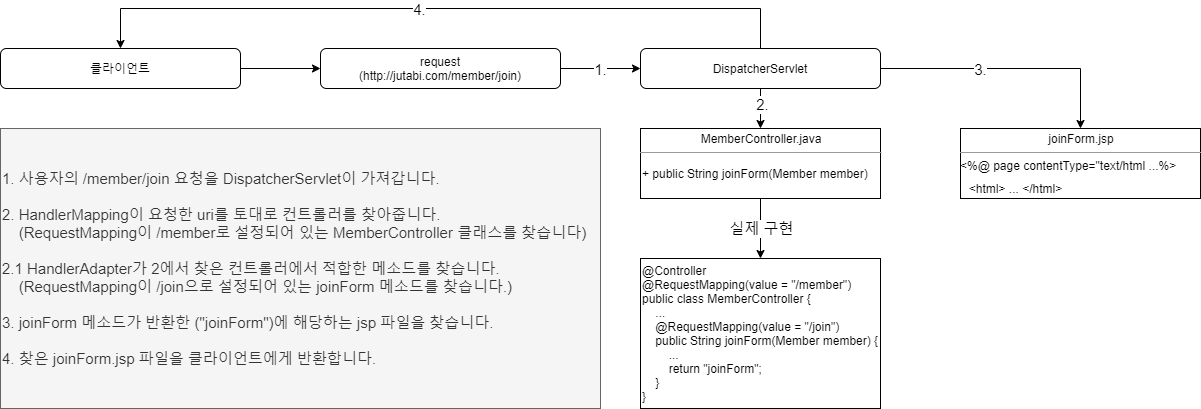
jutabi/Development-Knowledge keeps this draw.io diagram as resources/img/Spring_ex.png. Above is the earlier version. Source tidied: cells renumbered, new cells last; positions are measured from the earlier drawing's top-left corner, leaving out a move shared by most shapes. Its diagram source:
```xml
<mxGraphModel>
  <root>
    <mxCell id="0" />
    <mxCell id="1" parent="0" />
    <mxCell id="2" style="edgeStyle=orthogonalEdgeStyle;rounded=0;jettySize=auto;html=1;exitX=1;exitY=0.5;exitDx=0;exitDy=0;entryX=0;entryY=0.5;entryDx=0;entryDy=0;" parent="1" edge="1" source="4" target="11">
      <mxGeometry relative="1" as="geometry" />
    </mxCell>
    <mxCell id="3" value="&lt;font style=&quot;font-size: 15px&quot;&gt;&lt;font style=&quot;font-size: 15px&quot;&gt;1&lt;/font&gt;.&lt;/font&gt;" style="edgeLabel;html=1;align=center;verticalAlign=middle;" parent="2" vertex="1">
      <mxGeometry x="-0.33" y="-1" relative="1" as="geometry">
        <mxPoint x="12.9" y="-1" as="offset" />
      </mxGeometry>
    </mxCell>
    <mxCell id="4" value="request&lt;br&gt;(http://jutabi.com/member/join)" style="rounded=1;whiteSpace=wrap;html=1;" parent="1" vertex="1">
      <mxGeometry x="320" y="40" width="240" height="40" as="geometry" />
    </mxCell>
    <mxCell id="5" style="edgeStyle=orthogonalEdgeStyle;rounded=0;jettySize=auto;html=1;exitX=0.5;exitY=1;exitDx=0;exitDy=0;" parent="1" edge="1" source="11" target="14">
      <mxGeometry relative="1" as="geometry" />
    </mxCell>
    <mxCell id="6" value="&lt;font style=&quot;font-size: 15px&quot;&gt;2.&lt;/font&gt;" style="edgeLabel;html=1;align=center;verticalAlign=middle;" parent="5" vertex="1">
      <mxGeometry x="-0.25" y="1" relative="1" as="geometry" />
    </mxCell>
    <mxCell id="7" style="edgeStyle=orthogonalEdgeStyle;rounded=0;jettySize=auto;html=1;exitX=1;exitY=0.5;exitDx=0;exitDy=0;" parent="1" edge="1" source="11" target="17">
      <mxGeometry relative="1" as="geometry" />
    </mxCell>
    <mxCell id="8" value="&lt;font style=&quot;font-size: 15px&quot;&gt;3.&lt;/font&gt;" style="edgeLabel;html=1;align=center;verticalAlign=middle;" parent="7" vertex="1">
      <mxGeometry x="-0.34" y="-1" relative="1" as="geometry">
        <mxPoint x="13.8" y="-1" as="offset" />
      </mxGeometry>
    </mxCell>
    <mxCell id="9" style="edgeStyle=orthogonalEdgeStyle;rounded=0;jettySize=auto;html=1;exitX=0.5;exitY=0;exitDx=0;exitDy=0;entryX=0.5;entryY=0;entryDx=0;entryDy=0;" parent="1" edge="1" source="11" target="20">
      <mxGeometry relative="1" as="geometry">
        <Array as="points">
          <mxPoint x="760" />
          <mxPoint x="120" />
        </Array>
      </mxGeometry>
    </mxCell>
    <mxCell id="10" value="&lt;font style=&quot;font-size: 15px&quot;&gt;4.&lt;/font&gt;" style="edgeLabel;html=1;align=center;verticalAlign=middle;" parent="9" vertex="1">
      <mxGeometry x="0.06" relative="1" as="geometry" />
    </mxCell>
    <mxCell id="11" value="DispatcherServlet" style="rounded=1;whiteSpace=wrap;html=1;" parent="1" vertex="1">
      <mxGeometry x="640" y="40" width="240" height="40" as="geometry" />
    </mxCell>
    <mxCell id="12" style="edgeStyle=orthogonalEdgeStyle;rounded=0;jettySize=auto;html=1;exitX=0.5;exitY=1;exitDx=0;exitDy=0;" parent="1" edge="1" source="14" target="16">
      <mxGeometry relative="1" as="geometry" />
    </mxCell>
    <mxCell id="13" value="&lt;font style=&quot;font-size: 15px&quot;&gt;실제 구현&lt;/font&gt;" style="edgeLabel;html=1;align=center;verticalAlign=middle;" parent="12" vertex="1">
      <mxGeometry x="-0.36" relative="1" as="geometry">
        <mxPoint y="10.8" as="offset" />
      </mxGeometry>
    </mxCell>
    <mxCell id="14" value="&lt;p style=&quot;margin: 0px ; margin-top: 4px ; text-align: center&quot;&gt;&lt;span&gt;MemberController.java&lt;/span&gt;&lt;br&gt;&lt;/p&gt;&lt;hr size=&quot;1&quot;&gt;&lt;div style=&quot;height: 2px&quot;&gt;&lt;/div&gt;" style="verticalAlign=top;align=left;overflow=fill;fontSize=12;fontFamily=Helvetica;html=1;" parent="1" vertex="1">
      <mxGeometry x="640" y="120" width="240" height="70" as="geometry" />
    </mxCell>
    <mxCell id="15" value="+ public String joinForm(Member member)" style="text;html=1;align=left;verticalAlign=middle;" parent="1" vertex="1">
      <mxGeometry x="640" y="155" width="240" height="20" as="geometry" />
    </mxCell>
    <mxCell id="16" value="@Controller&lt;br&gt;@RequestMapping(value = &quot;/member&quot;)&lt;br&gt;public class MemberController {&lt;br&gt;&amp;nbsp; &amp;nbsp; ...&lt;br&gt;&amp;nbsp; &amp;nbsp; @RequestMapping(value = &quot;/join&quot;)&lt;br&gt;&amp;nbsp; &amp;nbsp; public String joinForm(Member member) { &lt;br&gt;&amp;nbsp; &amp;nbsp; &amp;nbsp; &amp;nbsp; ...&lt;br&gt;&amp;nbsp; &amp;nbsp; &amp;nbsp; &amp;nbsp; return &quot;joinForm&quot;; &lt;br&gt;&amp;nbsp; &amp;nbsp; }&lt;br&gt;}" style="html=1;align=left;" parent="1" vertex="1">
      <mxGeometry x="640" y="250" width="240" height="150" as="geometry" />
    </mxCell>
    <mxCell id="17" value="&lt;p style=&quot;margin: 0px ; margin-top: 4px ; text-align: center&quot;&gt;joinForm.jsp&lt;/p&gt;&lt;hr size=&quot;1&quot;&gt;&lt;div style=&quot;height: 2px&quot;&gt;&amp;lt;%@ page contentType=&quot;text/html ...%&amp;gt;&lt;/div&gt;" style="verticalAlign=top;align=left;overflow=fill;fontSize=12;fontFamily=Helvetica;html=1;" parent="1" vertex="1">
      <mxGeometry x="960" y="120" width="240" height="70" as="geometry" />
    </mxCell>
    <mxCell id="18" value="&amp;lt;html&amp;gt; ... &amp;lt;/html&amp;gt;" style="text;html=1;align=center;verticalAlign=middle;" parent="1" vertex="1">
      <mxGeometry x="960" y="170" width="110" height="20" as="geometry" />
    </mxCell>
    <mxCell id="19" style="edgeStyle=orthogonalEdgeStyle;rounded=0;jettySize=auto;html=1;" parent="1" edge="1" source="20" target="4">
      <mxGeometry relative="1" as="geometry" />
    </mxCell>
    <mxCell id="20" value="클라이언트" style="rounded=1;whiteSpace=wrap;html=1;" parent="1" vertex="1">
      <mxGeometry y="40" width="240" height="40" as="geometry" />
    </mxCell>
    <mxCell id="21" value="&lt;font style=&quot;font-size: 15px&quot;&gt;1. 사용자의 /member/join 요청을 DispatcherServlet이 가져갑니다.&lt;br&gt;&lt;br&gt;2. HandlerMapping이 요청한 uri를 토대로 컨트롤러를 찾아줍니다.&amp;nbsp;&lt;br&gt;&amp;nbsp; &amp;nbsp; (RequestMapping이 /member로 설정되어 있는 MemberController 클래스를 찾습니다)&lt;br&gt;&lt;br&gt;2.1 HandlerAdapter가 2에서 찾은 컨트롤러에서 적합한 메소드를 찾습니다.&lt;br&gt;&amp;nbsp; &amp;nbsp; (RequestMapping이 /join으로 설정되어 있는 joinForm 메소드를 찾습니다.)&lt;br&gt;&lt;br&gt;3. joinForm 메소드가 반환한 (&quot;joinForm&quot;)에 해당하는 jsp 파일을 찾습니다.&lt;br&gt;&lt;br&gt;4. 찾은 joinForm.jsp 파일을 클라이언트에게 반환합니다.&lt;/font&gt;" style="html=1;fillColor=#f5f5f5;strokeColor=#666666;fontColor=#333333;align=left;" parent="1" vertex="1">
      <mxGeometry y="120" width="600" height="280" as="geometry" />
    </mxCell>
  </root>
</mxGraphModel>
```
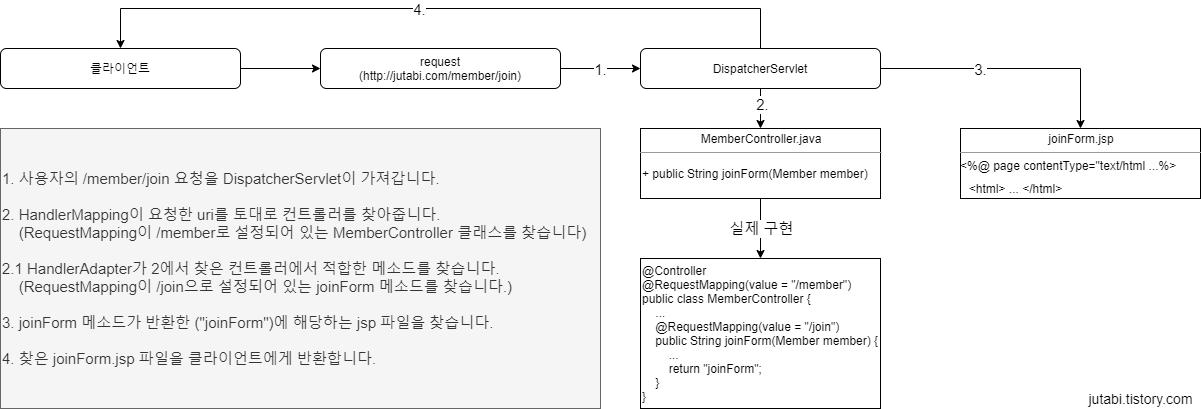
After the change.

What changed in the source:
```diff
@@ -73,5 +73,8 @@
     <mxCell id="21" value="&lt;font style=&quot;font-size: 15px&quot;&gt;1. 사용자의 /member/join 요청을 DispatcherServlet이 가져갑니다.&lt;br&gt;&lt;br&gt;2. HandlerMapping이 요청한 uri를 토대로 컨트롤러를 찾아줍니다.&amp;nbsp;&lt;br&gt;&amp;nbsp; &amp;nbsp; (RequestMapping이 /member로 설정되어 있는 MemberController 클래스를 찾습니다)&lt;br&gt;&lt;br&gt;2.1 HandlerAdapter가 2에서 찾은 컨트롤러에서 적합한 메소드를 찾습니다.&lt;br&gt;&amp;nbsp; &amp;nbsp; (RequestMapping이 /join으로 설정되어 있는 joinForm 메소드를 찾습니다.)&lt;br&gt;&lt;br&gt;3. joinForm 메소드가 반환한 (&quot;joinForm&quot;)에 해당하는 jsp 파일을 찾습니다.&lt;br&gt;&lt;br&gt;4. 찾은 joinForm.jsp 파일을 클라이언트에게 반환합니다.&lt;/font&gt;" style="html=1;fillColor=#f5f5f5;strokeColor=#666666;fontColor=#333333;align=left;" parent="1" vertex="1">
       <mxGeometry y="120" width="600" height="280" as="geometry" />
     </mxCell>
+    <mxCell id="22" value="&lt;font style=&quot;font-size: 14px&quot;&gt;jutabi.tistory.com&lt;/font&gt;" style="text;html=1;align=center;verticalAlign=middle;" parent="1" vertex="1">
+      <mxGeometry x="1080" y="380" width="120" height="20" as="geometry" />
+    </mxCell>
   </root>
 </mxGraphModel>
```
